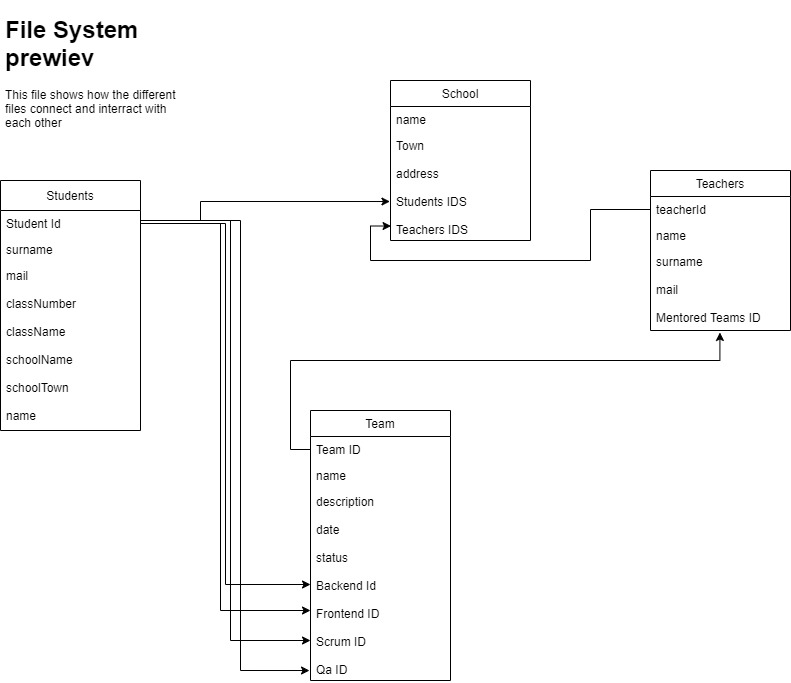
The draw.io diagram fileSystem.png in RSLilova18/KKB, before a commit. Source tidied: cells renumbered, new cells last; positions are measured from the earlier drawing's top-left corner, leaving out a move shared by most shapes.
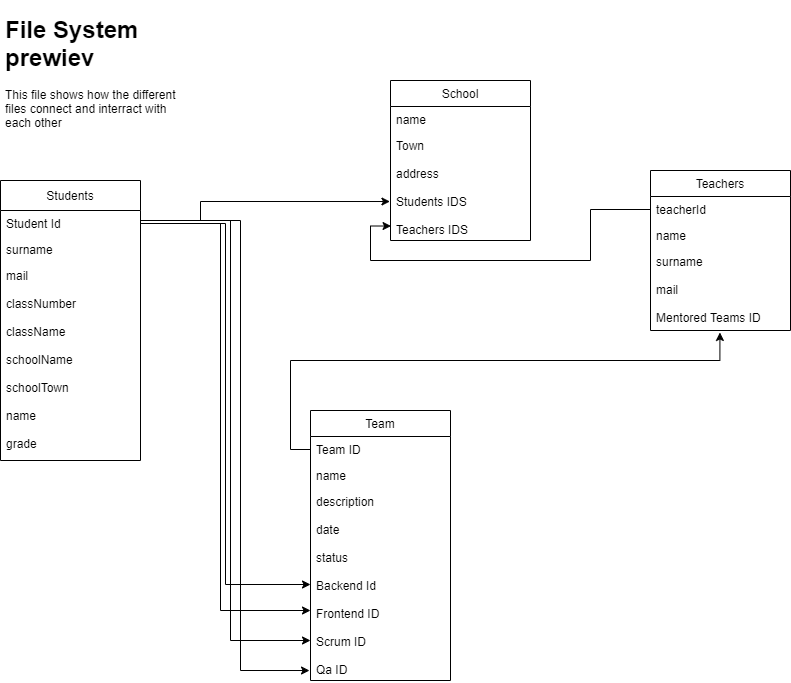
Above is the later version.

Commit message:
Update in file system *Added School, teacher and teams csv  files *updated the fileSystem graphic

Change to the diagram source:
```diff
@@ -3,7 +3,7 @@
     <mxCell id="0" />
     <mxCell id="1" parent="0" />
     <mxCell id="2" value="Students" style="swimlane;fontStyle=0;horizontal=1;startSize=30;fillColor=none;" parent="1" vertex="1">
-      <mxGeometry y="170" width="140" height="250" as="geometry" />
+      <mxGeometry y="170" width="140" height="280" as="geometry" />
     </mxCell>
     <mxCell id="3" value="Student Id" style="text;strokeColor=none;fillColor=none;align=left;verticalAlign=top;spacingLeft=4;spacingRight=4;overflow=hidden;points=[[0,0.5],[1,0.5]];portConstraint=eastwest;" parent="2" vertex="1">
       <mxGeometry y="30" width="140" height="26" as="geometry" />
@@ -11,8 +11,8 @@
     <mxCell id="4" value="surname" style="text;strokeColor=none;fillColor=none;align=left;verticalAlign=top;spacingLeft=4;spacingRight=4;overflow=hidden;" parent="2" vertex="1">
       <mxGeometry y="56" width="140" height="26" as="geometry" />
     </mxCell>
-    <mxCell id="5" value="mail&#10;&#10;classNumber&#10;&#10;className&#10;&#10;schoolName&#10;&#10;schoolTown&#10;&#10;name" style="text;strokeColor=none;fillColor=none;align=left;verticalAlign=top;spacingLeft=4;spacingRight=4;overflow=hidden;" parent="2" vertex="1">
-      <mxGeometry y="82" width="140" height="168" as="geometry" />
+    <mxCell id="5" value="mail&#10;&#10;classNumber&#10;&#10;className&#10;&#10;schoolName&#10;&#10;schoolTown&#10;&#10;name&#10;&#10;grade" style="text;strokeColor=none;fillColor=none;align=left;verticalAlign=top;spacingLeft=4;spacingRight=4;overflow=hidden;" parent="2" vertex="1">
+      <mxGeometry y="82" width="140" height="198" as="geometry" />
     </mxCell>
     <mxCell id="6" value="&lt;h1&gt;File System prewiev&lt;/h1&gt;&lt;p&gt;This file shows how the different files connect and interract with each other&lt;/p&gt;" style="text;html=1;strokeColor=none;fillColor=none;spacing=5;spacingTop=-20;whiteSpace=wrap;overflow=hidden;rounded=0;" parent="1" vertex="1">
       <mxGeometry width="190" height="130" as="geometry" />
```
